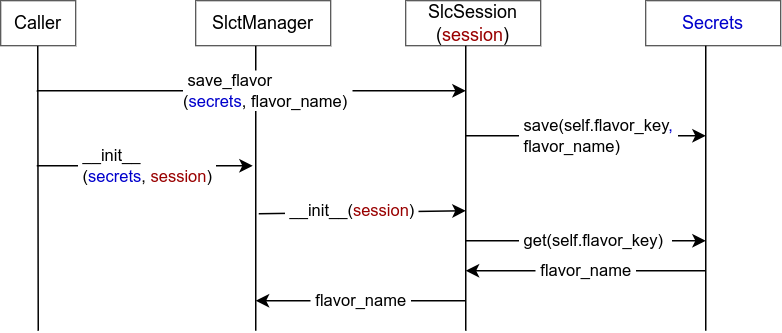
This is doc/user_guide/slct-manager-parameters.drawio.png from exasol/notebook-connector, a draw.io export, as it was before one commit. Source tidied: cells renumbered, new cells last; positions are measured from the earlier drawing's top-left corner, leaving out a move shared by most shapes.
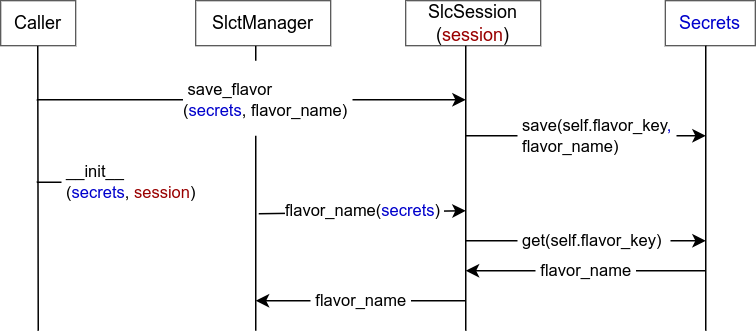
The same diagram one commit later.

Change to the diagram source:
```diff
@@ -2,6 +2,15 @@
   <root>
     <mxCell id="0" />
     <mxCell id="1" parent="0" />
+    <mxCell id="4" style="endArrow=none;html=1;rounded=0;" parent="1" edge="1">
+      <mxGeometry relative="1" as="geometry">
+        <mxPoint x="170" y="220" as="sourcePoint" />
+        <mxPoint x="170" y="30" as="targetPoint" />
+      </mxGeometry>
+    </mxCell>
+    <mxCell id="17" style="rounded=0;whiteSpace=wrap;html=1;strokeColor=none;" parent="1" vertex="1">
+      <mxGeometry x="160" y="40" width="30" height="50" as="geometry" />
+    </mxCell>
     <mxCell id="2" style="endArrow=none;html=1;rounded=0;" parent="1" edge="1">
       <mxGeometry relative="1" as="geometry">
         <mxPoint x="25" y="220" as="sourcePoint" />
@@ -11,17 +20,11 @@
     <mxCell id="3" value="Caller" style="rounded=0;whiteSpace=wrap;html=1;strokeWidth=0.5;" parent="1" vertex="1">
       <mxGeometry width="50" height="30" as="geometry" />
     </mxCell>
-    <mxCell id="4" style="endArrow=none;html=1;rounded=0;" parent="1" edge="1">
-      <mxGeometry relative="1" as="geometry">
-        <mxPoint x="170" y="220" as="sourcePoint" />
-        <mxPoint x="170" y="30" as="targetPoint" />
-      </mxGeometry>
-    </mxCell>
     <mxCell id="5" value="SlctManager" style="rounded=0;whiteSpace=wrap;html=1;strokeWidth=0.5;fontFamily=Helvetica;" parent="1" vertex="1">
       <mxGeometry x="130" width="90" height="30" as="geometry" />
     </mxCell>
     <mxCell id="6" value="&lt;font style=&quot;color: rgb(0, 0, 204);&quot;&gt;Secrets&lt;/font&gt;" style="rounded=0;whiteSpace=wrap;html=1;strokeWidth=0.5;fontFamily=Helvetica;fillColor=default;strokeColor=default;fontColor=default;align=center;verticalAlign=middle;fontSize=12;" parent="1" vertex="1">
-      <mxGeometry x="430" width="90" height="30" as="geometry" />
+      <mxGeometry x="443" width="60" height="30" as="geometry" />
     </mxCell>
     <mxCell id="7" style="endArrow=none;html=1;rounded=0;" parent="1" edge="1">
       <mxGeometry relative="1" as="geometry">
@@ -31,11 +34,11 @@
     </mxCell>
     <mxCell id="8" value="&lt;span style=&quot;&quot;&gt;&amp;nbsp;__init__&lt;br&gt;&amp;nbsp;(&lt;font style=&quot;color: rgb(0, 0, 204);&quot;&gt;secrets&lt;/font&gt;,&amp;nbsp;&lt;/span&gt;&lt;font style=&quot;color: rgb(153, 0, 0);&quot;&gt;session&lt;/font&gt;&lt;span style=&quot;&quot;&gt;)&amp;nbsp;&lt;/span&gt;" style="endArrow=classic;html=1;rounded=0;align=left;" parent="1" edge="1">
       <mxGeometry x="-0.64" relative="1" as="geometry">
-        <mxPoint x="24" y="110" as="sourcePoint" />
-        <mxPoint x="168" y="110" as="targetPoint" />
+        <mxPoint x="24" y="121" as="sourcePoint" />
+        <mxPoint x="108" y="121" as="targetPoint" />
       </mxGeometry>
     </mxCell>
-    <mxCell id="9" value="&amp;nbsp;__init__(&lt;font style=&quot;color: rgb(153, 0, 0);&quot;&gt;session&lt;/font&gt;)&amp;nbsp;" style="endArrow=classic;html=1;rounded=0;align=left;" parent="1" edge="1">
+    <mxCell id="9" value="flavor_name(&lt;font style=&quot;color: rgb(0, 0, 204);&quot;&gt;secrets&lt;/font&gt;)&amp;nbsp;" style="endArrow=classic;html=1;rounded=0;align=left;" parent="1" edge="1">
       <mxGeometry x="-0.76" y="2" relative="1" as="geometry">
         <mxPoint x="172" y="142" as="sourcePoint" />
         <mxPoint x="310" y="140" as="targetPoint" />
@@ -49,8 +52,8 @@
     </mxCell>
     <mxCell id="11" value="&amp;nbsp;save_flavor&lt;br&gt;(&lt;font style=&quot;color: rgb(0, 0, 204);&quot;&gt;secrets&lt;/font&gt;, flavor_name)&amp;nbsp;" style="endArrow=classic;html=1;rounded=0;align=left;" parent="1" edge="1">
       <mxGeometry x="-0.33" relative="1" as="geometry">
-        <mxPoint x="24" y="60" as="sourcePoint" />
-        <mxPoint x="310" y="60" as="targetPoint" />
+        <mxPoint x="24" y="66" as="sourcePoint" />
+        <mxPoint x="310" y="66" as="targetPoint" />
       </mxGeometry>
     </mxCell>
     <mxCell id="12" value="SlcSession&lt;br&gt;(&lt;font style=&quot;color: rgb(153, 0, 0);&quot;&gt;session&lt;/font&gt;)" style="rounded=0;whiteSpace=wrap;html=1;strokeWidth=0.5;fontFamily=Helvetica;" parent="1" vertex="1">
```
